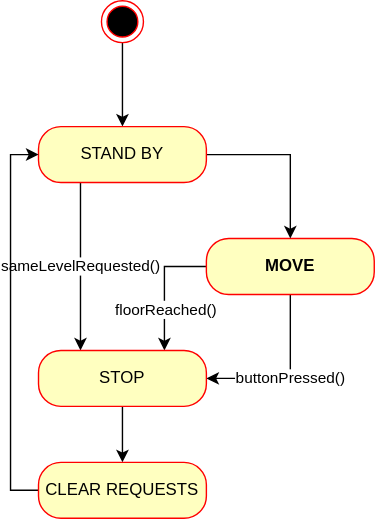
Above: chickenHatchStates.svg in HaunsTM/honshuslucka (draw.io), before the change. Source tidied: cells renumbered, new cells last; positions are measured from the earlier drawing's top-left corner, leaving out a move shared by most shapes.
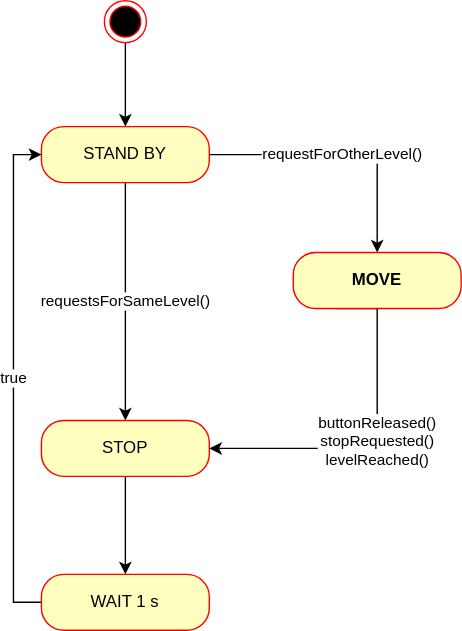
Later version of the same file.

The edit, as a diff of the source:
```diff
@@ -8,40 +8,37 @@
     <mxCell id="3" style="ellipse;html=1;shape=endState;fillColor=#000000;strokeColor=#ff0000;" parent="1" vertex="1">
       <mxGeometry x="45" width="30" height="30" as="geometry" />
     </mxCell>
-    <mxCell id="4" value="buttonPressed()" style="edgeStyle=orthogonalEdgeStyle;rounded=0;jettySize=auto;html=1;exitX=0.5;exitY=1;exitDx=0;exitDy=0;entryX=1;entryY=0.5;entryDx=0;entryDy=0;" parent="1" edge="1" source="7" target="13">
-      <mxGeometry relative="1" as="geometry" />
-    </mxCell>
-    <mxCell id="5" style="edgeStyle=orthogonalEdgeStyle;rounded=0;jettySize=auto;html=1;exitX=0;exitY=0.5;exitDx=0;exitDy=0;entryX=0.75;entryY=0;entryDx=0;entryDy=0;" parent="1" edge="1" source="7" target="13">
-      <mxGeometry relative="1" as="geometry" />
-    </mxCell>
-    <mxCell id="6" value="floorReached()" style="edgeLabel;html=1;align=center;verticalAlign=middle;" parent="5" vertex="1">
-      <mxGeometry x="-0.11" relative="1" as="geometry">
-        <mxPoint y="20" as="offset" />
-      </mxGeometry>
-    </mxCell>
-    <mxCell id="7" value="MOVE" style="rounded=1;whiteSpace=wrap;html=1;arcSize=40;fontColor=#000000;fillColor=#ffffc0;strokeColor=#ff0000;fontStyle=1;" parent="1" vertex="1">
-      <mxGeometry x="120" y="170" width="120" height="40" as="geometry" />
-    </mxCell>
-    <mxCell id="8" style="edgeStyle=orthogonalEdgeStyle;rounded=0;jettySize=auto;html=1;exitX=1;exitY=0.5;exitDx=0;exitDy=0;entryX=0.5;entryY=0;entryDx=0;entryDy=0;" parent="1" edge="1" source="10" target="7">
+    <mxCell id="8" value="requestForOtherLevel()" style="edgeStyle=orthogonalEdgeStyle;rounded=0;jettySize=auto;html=1;exitX=1;exitY=0.5;exitDx=0;exitDy=0;" parent="1" edge="1" source="10" target="7">
       <mxGeometry relative="1" as="geometry" />
     </mxCell>
-    <mxCell id="9" value="sameLevelRequested()" style="edgeStyle=orthogonalEdgeStyle;rounded=0;jettySize=auto;html=1;exitX=0.25;exitY=1;exitDx=0;exitDy=0;entryX=0.25;entryY=0;entryDx=0;entryDy=0;" parent="1" edge="1" source="10" target="13">
+    <mxCell id="9" value="requestsForSameLevel()" style="edgeStyle=orthogonalEdgeStyle;rounded=0;jettySize=auto;html=1;exitX=0.5;exitY=1;exitDx=0;exitDy=0;entryX=0.5;entryY=0;entryDx=0;entryDy=0;" parent="1" edge="1" source="10" target="13">
       <mxGeometry relative="1" as="geometry" />
     </mxCell>
     <mxCell id="10" value="STAND BY" style="rounded=1;whiteSpace=wrap;html=1;arcSize=40;fontColor=#000000;fillColor=#ffffc0;strokeColor=#ff0000;" parent="1" vertex="1">
       <mxGeometry y="90" width="120" height="40" as="geometry" />
     </mxCell>
-    <mxCell id="11" style="edgeStyle=orthogonalEdgeStyle;rounded=0;jettySize=auto;html=1;exitX=0;exitY=0.5;exitDx=0;exitDy=0;entryX=0;entryY=0.5;entryDx=0;entryDy=0;" parent="1" edge="1" source="14" target="10">
+    <mxCell id="11" value="true" style="edgeStyle=orthogonalEdgeStyle;rounded=0;jettySize=auto;html=1;exitX=0;exitY=0.5;exitDx=0;exitDy=0;entryX=0;entryY=0.5;entryDx=0;entryDy=0;" parent="1" edge="1" source="14" target="10">
       <mxGeometry relative="1" as="geometry" />
     </mxCell>
     <mxCell id="12" style="edgeStyle=orthogonalEdgeStyle;rounded=0;jettySize=auto;html=1;exitX=0.5;exitY=1;exitDx=0;exitDy=0;entryX=0.5;entryY=0;entryDx=0;entryDy=0;" parent="1" edge="1" source="13" target="14">
       <mxGeometry relative="1" as="geometry" />
     </mxCell>
     <mxCell id="13" value="STOP" style="rounded=1;whiteSpace=wrap;html=1;arcSize=40;fontColor=#000000;fillColor=#ffffc0;strokeColor=#ff0000;" parent="1" vertex="1">
-      <mxGeometry y="250" width="120" height="40" as="geometry" />
+      <mxGeometry y="300" width="120" height="40" as="geometry" />
     </mxCell>
-    <mxCell id="14" value="CLEAR REQUESTS" style="rounded=1;whiteSpace=wrap;html=1;arcSize=40;fontColor=#000000;fillColor=#ffffc0;strokeColor=#ff0000;" parent="1" vertex="1">
-      <mxGeometry y="330" width="120" height="40" as="geometry" />
+    <mxCell id="14" value="WAIT 1 s" style="rounded=1;whiteSpace=wrap;html=1;arcSize=40;fontColor=#000000;fillColor=#ffffc0;strokeColor=#ff0000;" parent="1" vertex="1">
+      <mxGeometry y="410" width="120" height="40" as="geometry" />
     </mxCell>
+    <mxCell id="15" value="buttonReleased()&lt;br&gt;stopRequested()&lt;br&gt;levelReached()" style="edgeStyle=orthogonalEdgeStyle;rounded=0;jettySize=auto;html=1;exitX=0.25;exitY=1;exitDx=0;exitDy=0;entryX=1;entryY=0.5;entryDx=0;entryDy=0;" parent="1" edge="1" source="7" target="13">
+      <mxGeometry relative="1" as="geometry">
+        <Array as="points">
+          <mxPoint x="240" y="220" />
+          <mxPoint x="240" y="320" />
+        </Array>
+      </mxGeometry>
+    </mxCell>
+    <mxCell id="7" value="MOVE" style="rounded=1;whiteSpace=wrap;html=1;arcSize=40;fontColor=#000000;fillColor=#ffffc0;strokeColor=#ff0000;fontStyle=1;" parent="1" vertex="1">
+      <mxGeometry x="180" y="180" width="120" height="40" as="geometry" />
+    </mxCell>
   </root>
 </mxGraphModel>
```
